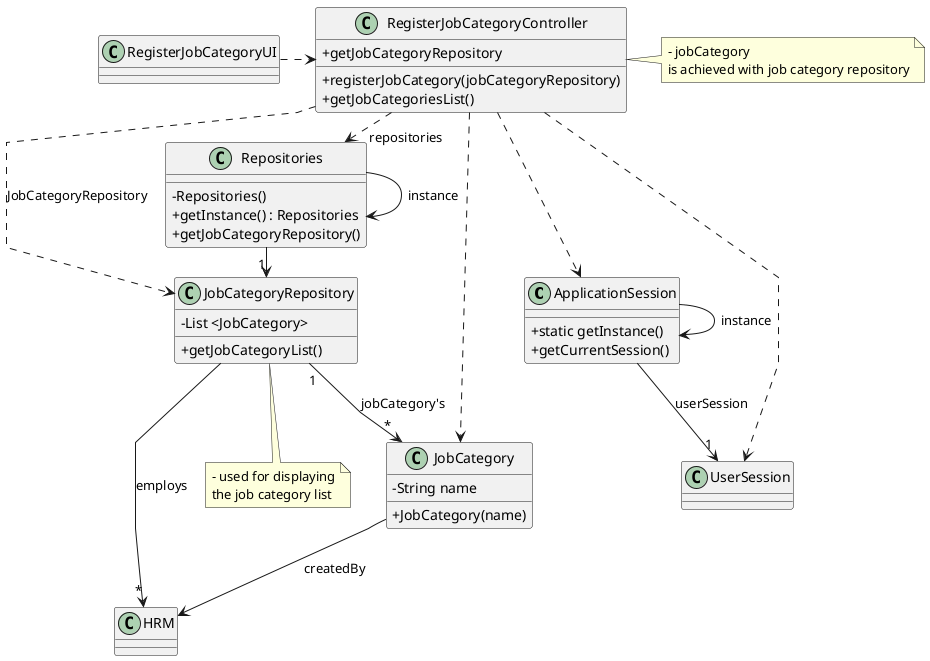
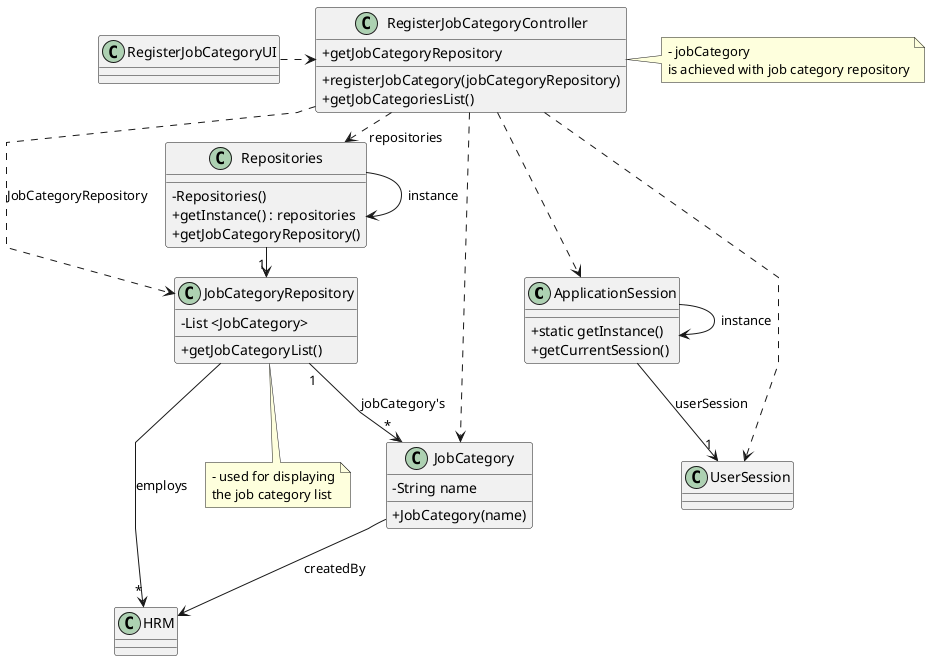
@startuml
'skinparam monochrome true
skinparam packageStyle rectangle
skinparam shadowing false
skinparam linetype polyline
'skinparam linetype orto

skinparam classAttributeIconSize 0

'left to right direction

class ApplicationSession{
    + static getInstance()
    + getCurrentSession()
}

class UserSession{
}

class HRM {
}

class JobCategory {
    - String name
    + JobCategory(name)
}



class JobCategoryRepository {
    - List <JobCategory>
    + getJobCategoryList()
}


class Repositories {
    - Repositories()
-     + getInstance() : Repositories
+     + getInstance() : repositories
    + getJobCategoryRepository()

}

class RegisterJobCategoryController{
    + registerJobCategory(jobCategoryRepository)
    + getJobCategoriesList()
    + getJobCategoryRepository
}

note right of RegisterJobCategoryController
    - jobCategory
    is achieved with job category repository
end note

note bottom of JobCategoryRepository
    - used for displaying
    the job category list
end note

class RegisterJobCategoryUI {
}

Repositories -> Repositories : instance
ApplicationSession -> ApplicationSession : instance

RegisterJobCategoryUI .> RegisterJobCategoryController

RegisterJobCategoryController .> Repositories : repositories

Repositories -> "1" JobCategoryRepository
RegisterJobCategoryController ..> JobCategory
RegisterJobCategoryController ..> JobCategoryRepository : JobCategoryRepository


ApplicationSession --> "1" UserSession : userSession

RegisterJobCategoryController ..> ApplicationSession
RegisterJobCategoryController ..> UserSession

JobCategoryRepository "1" --> "*" JobCategory : jobCategory's

JobCategory --> HRM : createdBy

JobCategoryRepository --> "*" HRM : employs

@enduml